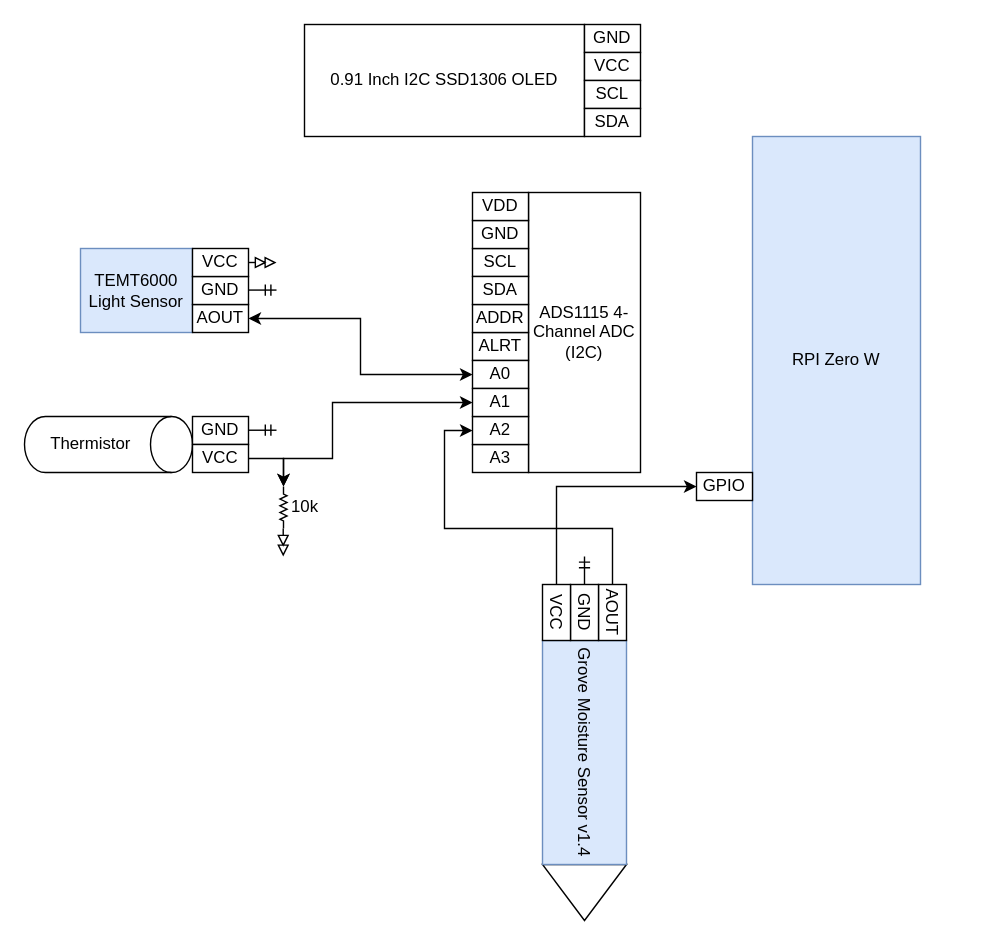
Above: page "rpi version" (2 of 3) of cad/plants_hardware.drawio in starmaid/plant-monitor (draw.io), before the change. Source tidied: cells renumbered, new cells numbered last; positions are measured from the earlier drawing's top-left corner, leaving out a move shared by most shapes. Both pictures are drawn from the tidied source at 140%, with x=0, y=0 at pixel (24, 24).
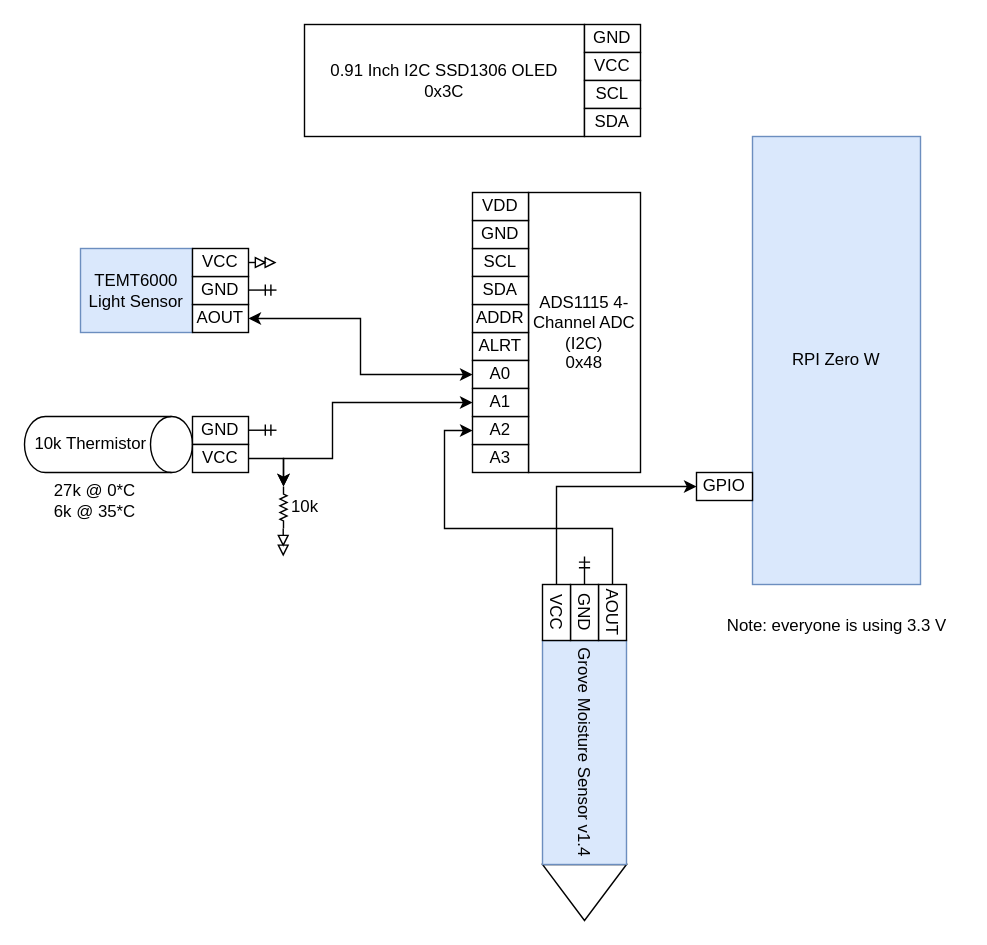
The same diagram, later.

Diff of the diagram source:
```diff
@@
-    <mxCell id="15" value="0.91 Inch I2C SSD1306 OLED" style="rounded=0;whiteSpace=wrap;html=1;" parent="1" vertex="1">
+    <mxCell id="15" value="0.91 Inch I2C SSD1306 OLED&lt;br&gt;0x3C" style="rounded=0;whiteSpace=wrap;html=1;" parent="1" vertex="1">
       <mxGeometry x="200" width="200" height="80" as="geometry" />
     </mxCell>
@@
-    <mxCell id="20" value="ADS1115 4-Channel ADC (I2C)" style="rounded=0;whiteSpace=wrap;html=1;" parent="1" vertex="1">
+    <mxCell id="20" value="ADS1115 4-Channel ADC (I2C)&lt;br&gt;0x48" style="rounded=0;whiteSpace=wrap;html=1;" parent="1" vertex="1">
       <mxGeometry x="360" y="120" width="80" height="200" as="geometry" />
     </mxCell>
@@
-    <mxCell id="33" value="Thermistor" style="shape=cylinder3;whiteSpace=wrap;html=1;boundedLbl=1;backgroundOutline=1;size=15;rotation=0;direction=south;" parent="1" vertex="1">
+    <mxCell id="33" value="10k Thermistor" style="shape=cylinder3;whiteSpace=wrap;html=1;boundedLbl=1;backgroundOutline=1;size=15;rotation=0;direction=south;" parent="1" vertex="1">
       <mxGeometry y="280" width="120" height="40" as="geometry" />
     </mxCell>
@@
+    <mxCell id="45" value="27k @ 0*C&lt;br&gt;6k @ 35*C" style="text;html=1;align=center;verticalAlign=middle;strokeColor=none;fillColor=none;" parent="1" vertex="1">
+      <mxGeometry x="10" y="320" width="80" height="40" as="geometry" />
+    </mxCell>
+    <mxCell id="46" value="Note: everyone is using 3.3 V" style="text;html=1;align=center;verticalAlign=middle;strokeColor=none;fillColor=none;" parent="1" vertex="1">
+      <mxGeometry x="490" y="415" width="180" height="30" as="geometry" />
+    </mxCell>
```
